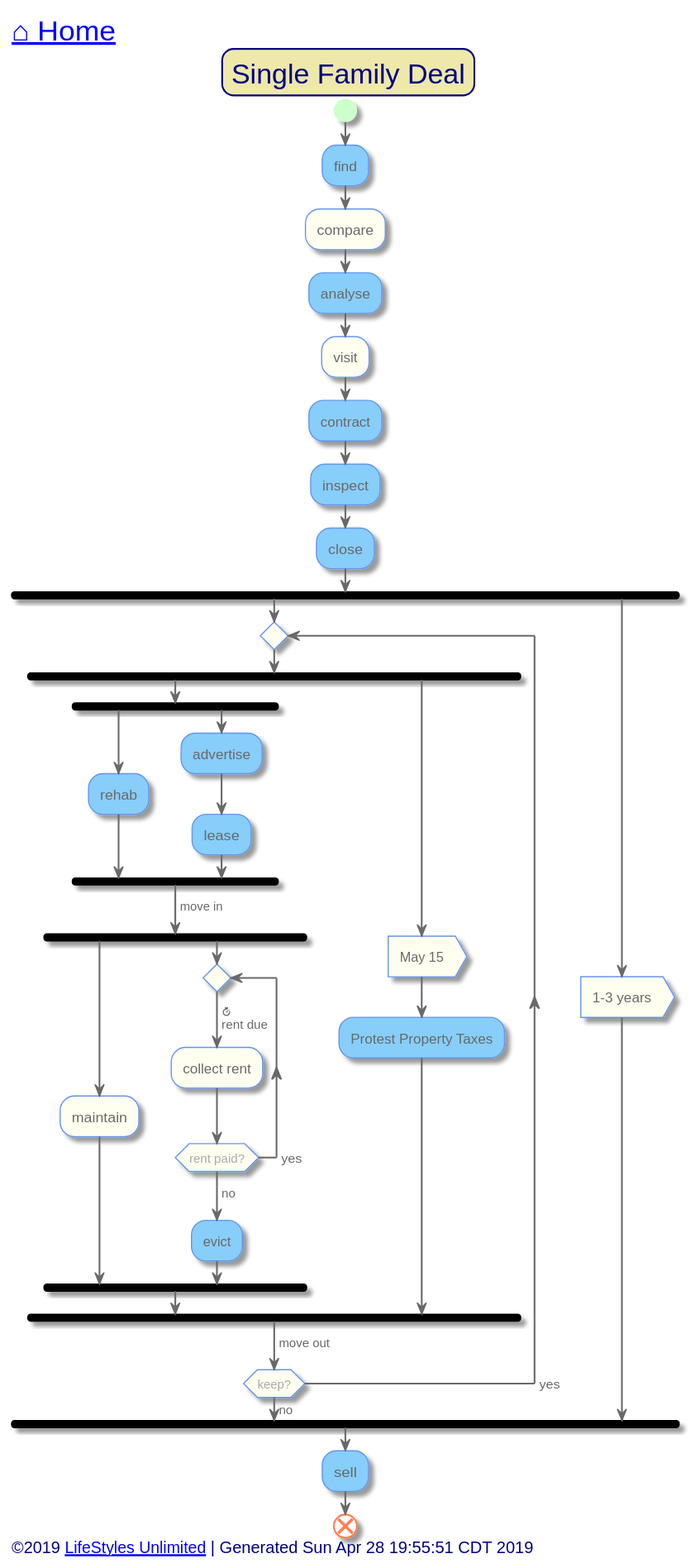
This is out/src/single-family/single-family-deal.svg from toddmo/lifestylesunlimited, a PlantUML export, as it was before one commit.
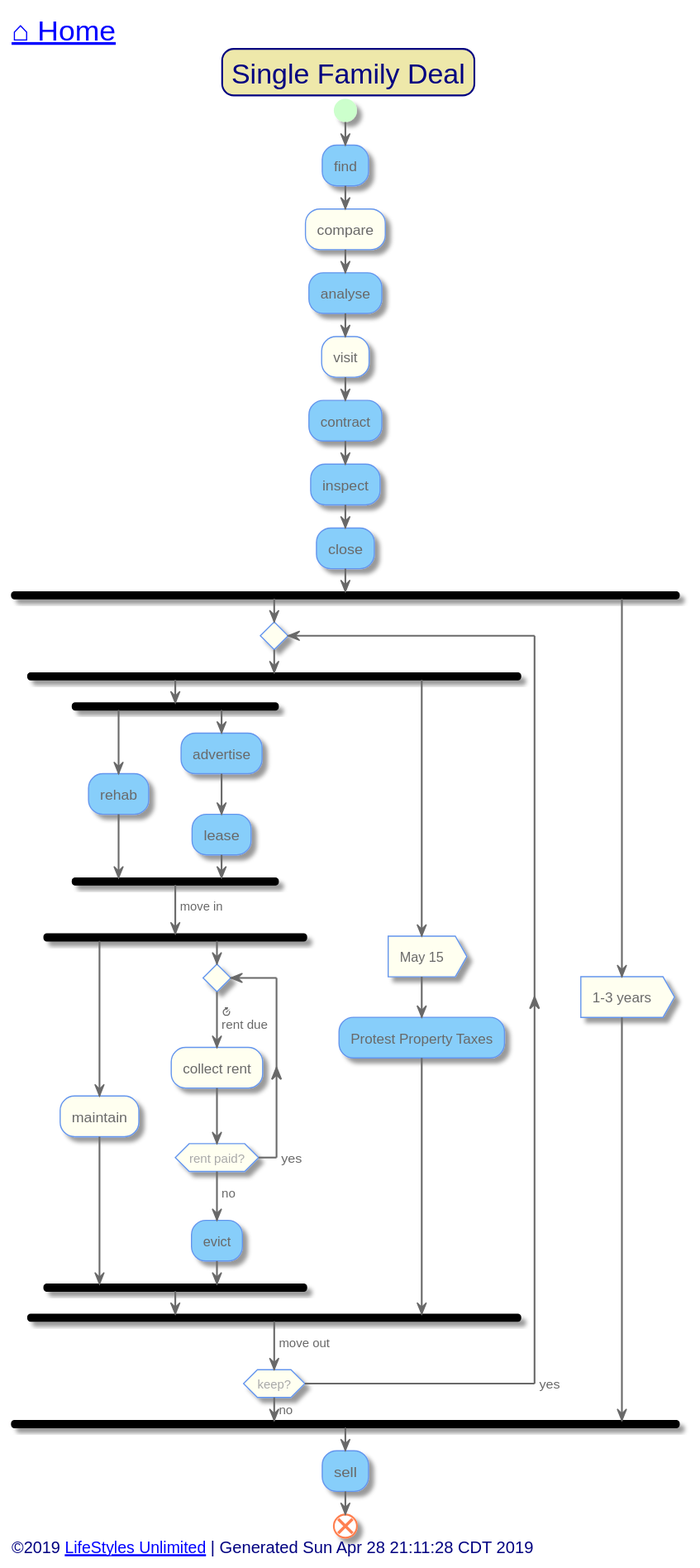
After the change.

What changed in the source:
```diff
@@ -75,7 +75,7 @@
 
 
 left header
-	<font color=Navy size=24>[[../index.svg ⌂ Home]]</font>
+	<font color=Navy size=24>[[../index.svg?sanitize=true ⌂ Home]]</font>
 endheader
 
 
@@ -126,7 +126,7 @@
 
 
 left footer
-	<font size=14>©2019 [[http://www.lifestylesunlimited.com LifeStyles Unlimited]] | Generated Sun Apr 28 19:55:51 CDT 2019</font>
+	<font size=14>©2019 [[http://www.lifestylesunlimited.com LifeStyles Unlimited]] | Generated Sun Apr 28 21:11:28 CDT 2019</font>
 endfooter
 
 
```
